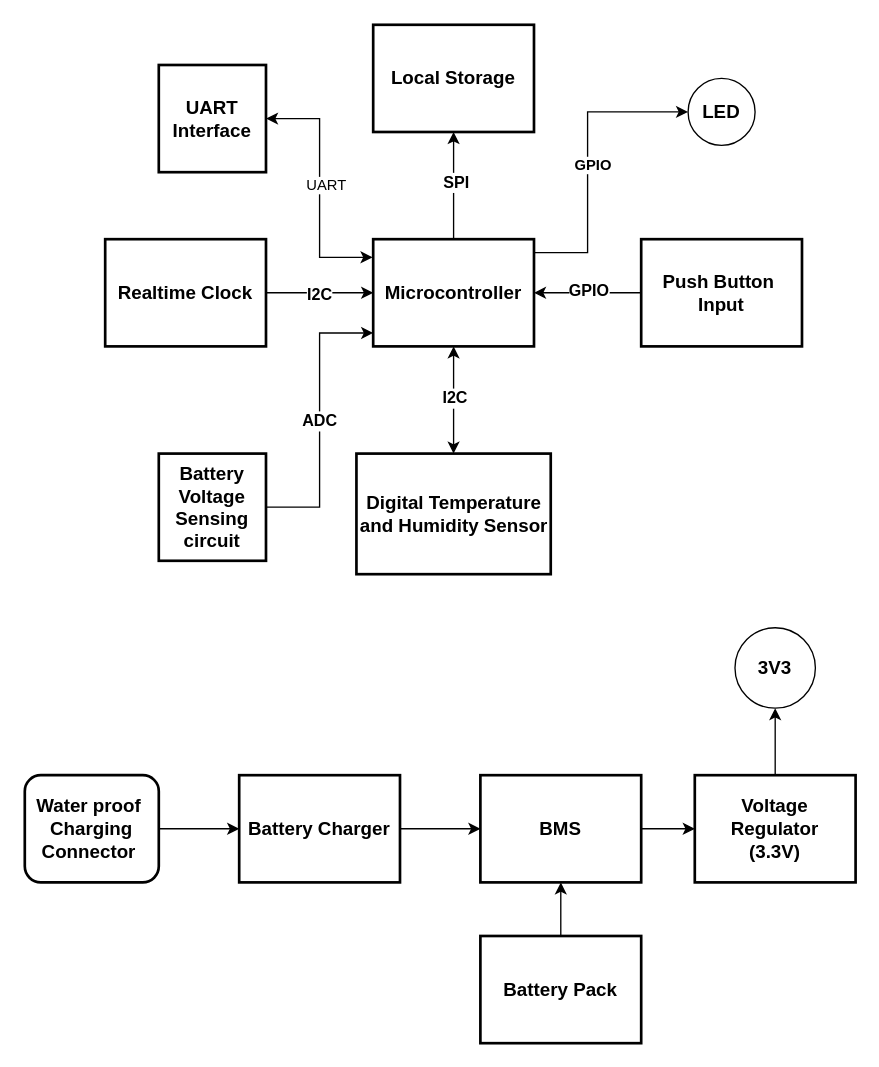
The draw.io diagram LowPower_DataLogger_Block1.drawio in ashan456/LowPowerDataLogger, before the edit. Source tidied: cells renumbered, new cells numbered last; positions are measured from the earlier drawing's top-left corner, leaving out a move shared by most shapes. Both pictures are drawn from the tidied source at 134%, with x=0, y=0 at pixel (24, 24).
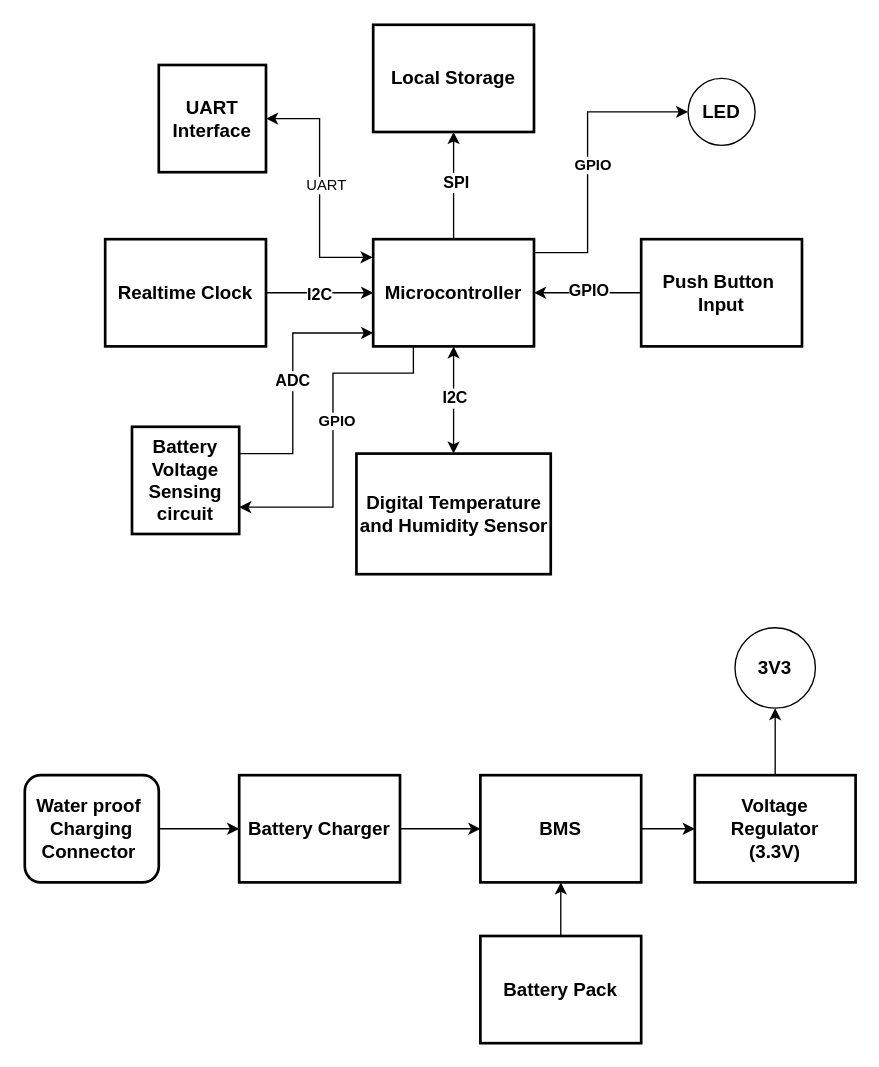
The same diagram, later.

The change refers to these unchanged cells:
```xml
<mxCell id="6" value="&lt;b&gt;&lt;font style=&quot;font-size: 14px;&quot;&gt;Microcontroller&lt;/font&gt;&lt;/b&gt;" style="rounded=0;whiteSpace=wrap;html=1;strokeWidth=2;" parent="1" vertex="1">
  <mxGeometry x="260" y="160" width="120" height="80" as="geometry" />
</mxCell>
```

Diff of the diagram source:
```diff
@@
+    <mxCell id="35" style="edgeStyle=orthogonalEdgeStyle;rounded=0;jettySize=auto;html=1;entryX=1;entryY=0.75;entryDx=0;entryDy=0;" parent="1" edge="1" source="6" target="26">
+      <mxGeometry relative="1" as="geometry">
+        <Array as="points">
+          <mxPoint x="290" y="260" />
+          <mxPoint x="230" y="260" />
+          <mxPoint x="230" y="360" />
+        </Array>
+      </mxGeometry>
+    </mxCell>
+    <mxCell id="36" value="&lt;b&gt;GPIO&lt;/b&gt;" style="edgeLabel;html=1;align=center;verticalAlign=middle;" parent="35" vertex="1">
+      <mxGeometry x="-0.08" y="2" relative="1" as="geometry" />
+    </mxCell>
@@
     <mxCell id="26" value="&lt;span style=&quot;font-size: 14px;&quot;&gt;&lt;b&gt;Battery Voltage Sensing&lt;/b&gt;&lt;/span&gt;&lt;div&gt;&lt;span style=&quot;font-size: 14px;&quot;&gt;&lt;b&gt;circuit&lt;/b&gt;&lt;/span&gt;&lt;/div&gt;" style="rounded=0;whiteSpace=wrap;html=1;strokeWidth=2;" parent="1" vertex="1">
-      <mxGeometry x="100" y="320" width="80" height="80" as="geometry" />
+      <mxGeometry x="80" y="300" width="80" height="80" as="geometry" />
     </mxCell>
     <mxCell id="27" style="edgeStyle=orthogonalEdgeStyle;rounded=0;jettySize=auto;html=1;entryX=0;entryY=0.875;entryDx=0;entryDy=0;entryPerimeter=0;" parent="1" edge="1" source="26" target="6">
-      <mxGeometry relative="1" as="geometry" />
+      <mxGeometry relative="1" as="geometry">
+        <Array as="points">
+          <mxPoint x="200" y="320" />
+          <mxPoint x="200" y="230" />
+        </Array>
+      </mxGeometry>
     </mxCell>
```
